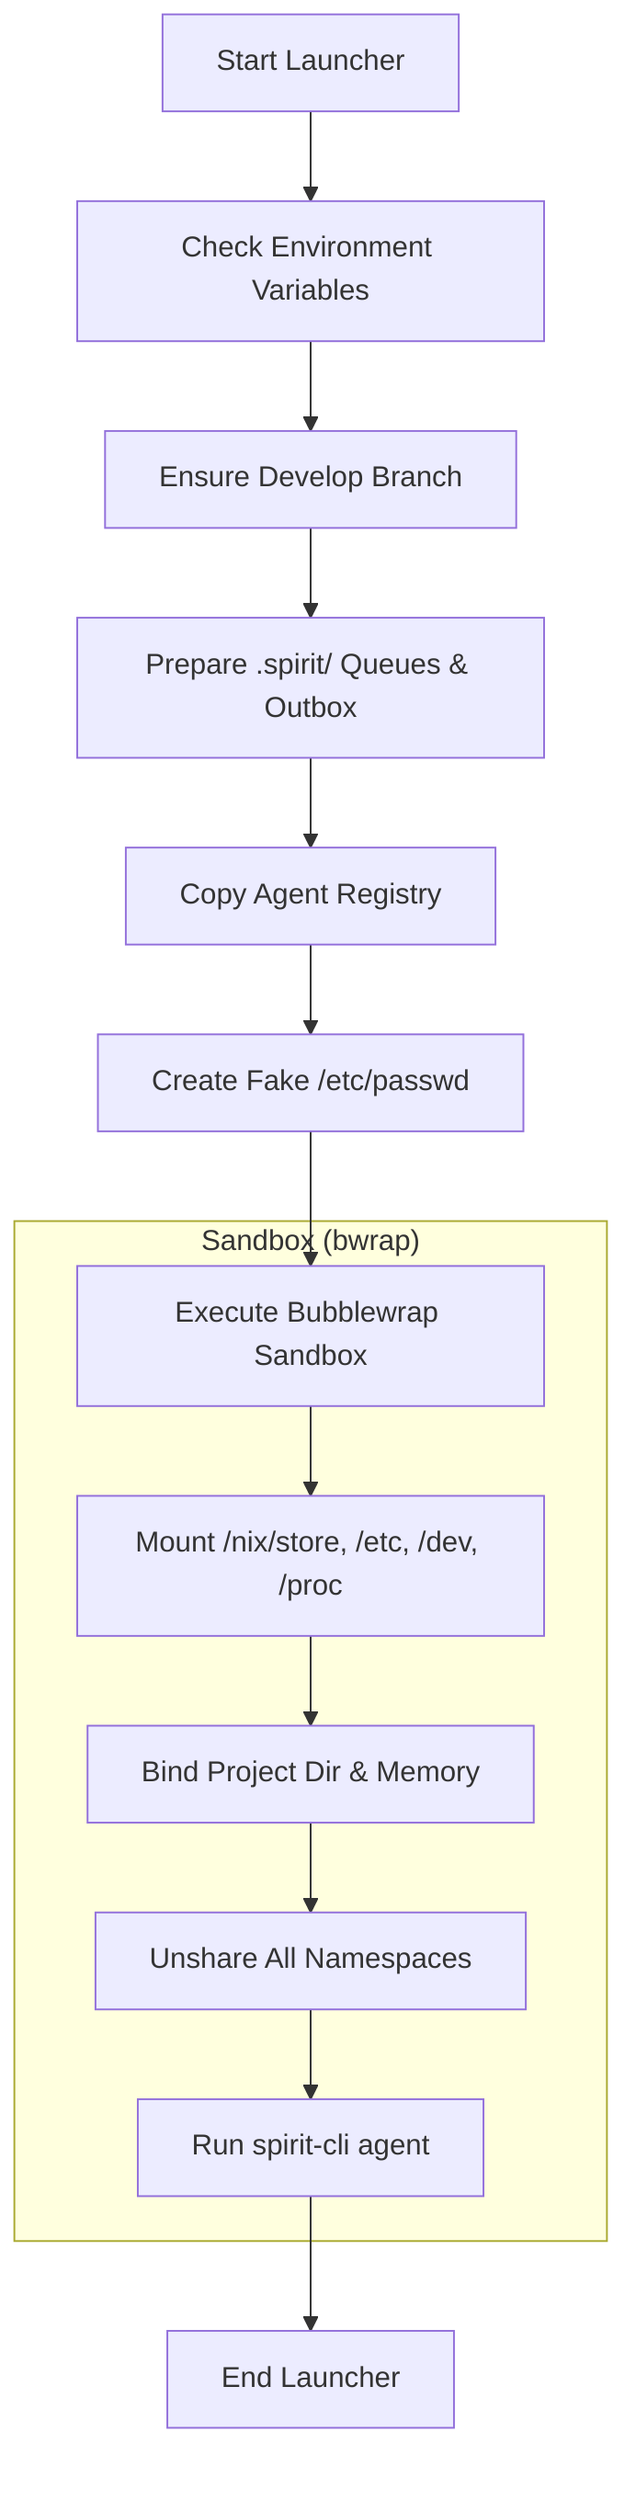
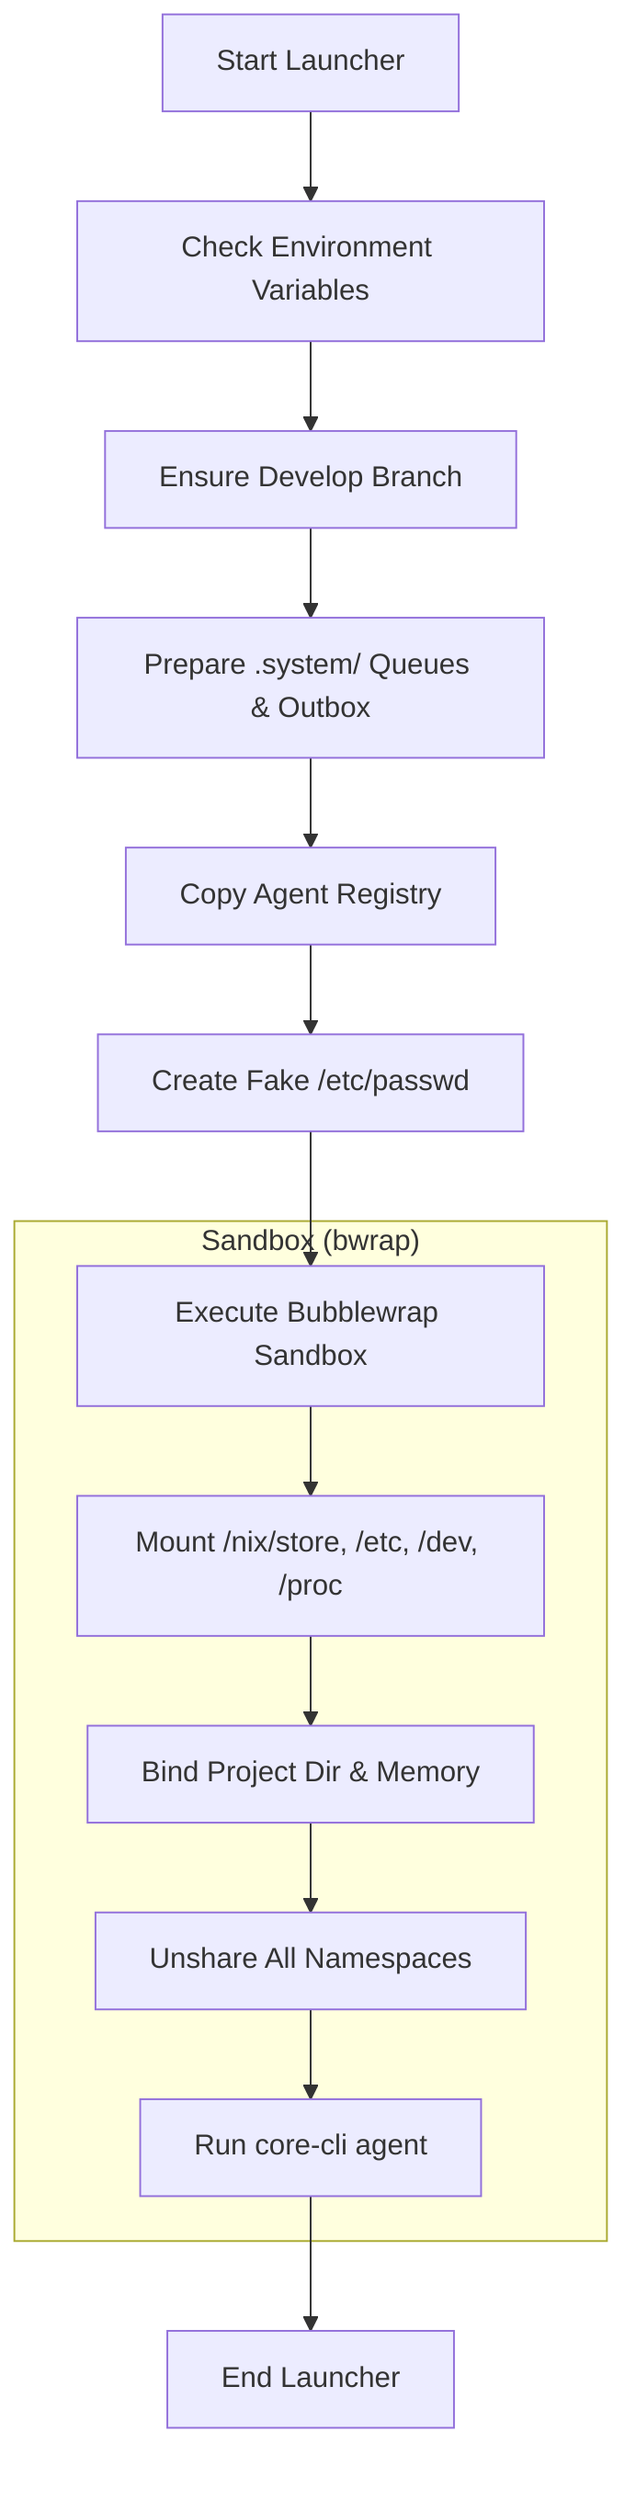
graph TD
    Start[Start Launcher] --> EnvCheck[Check Environment Variables]
    EnvCheck --> GitCheck[Ensure Develop Branch]
-     GitCheck --> PrepDirs[Prepare .spirit/ Queues & Outbox]
+     GitCheck --> PrepDirs[Prepare .system/ Queues & Outbox]
    PrepDirs --> PrepRegistry[Copy Agent Registry]
    PrepRegistry --> FakePasswd[Create Fake /etc/passwd]
    FakePasswd --> Sandbox[Execute Bubblewrap Sandbox]

    subgraph "Sandbox (bwrap)"
        Sandbox --> Mounts[Mount /nix/store, /etc, /dev, /proc]
        Mounts --> Binds[Bind Project Dir & Memory]
        Binds --> Unshare[Unshare All Namespaces]
-         Unshare --> Execute[Run spirit-cli agent]
+         Unshare --> Execute[Run core-cli agent]
    end

    Execute --> End[End Launcher]
